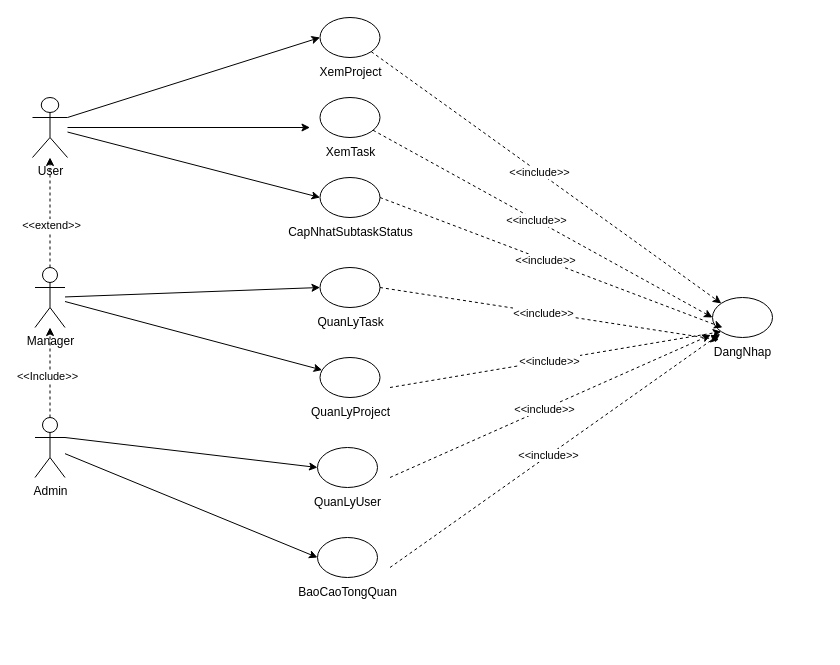
The draw.io diagram page "UC Tong Quat" (1 of 6) of Báo Cáo/UC/college.drawio in chickenlazy/college, before the edit. Source tidied: cells renumbered, new cells numbered last; positions are measured from the earlier drawing's top-left corner, leaving out a move shared by most shapes. Both pictures are drawn from the tidied source at 100%, with x=0, y=0 at pixel (32, 17).
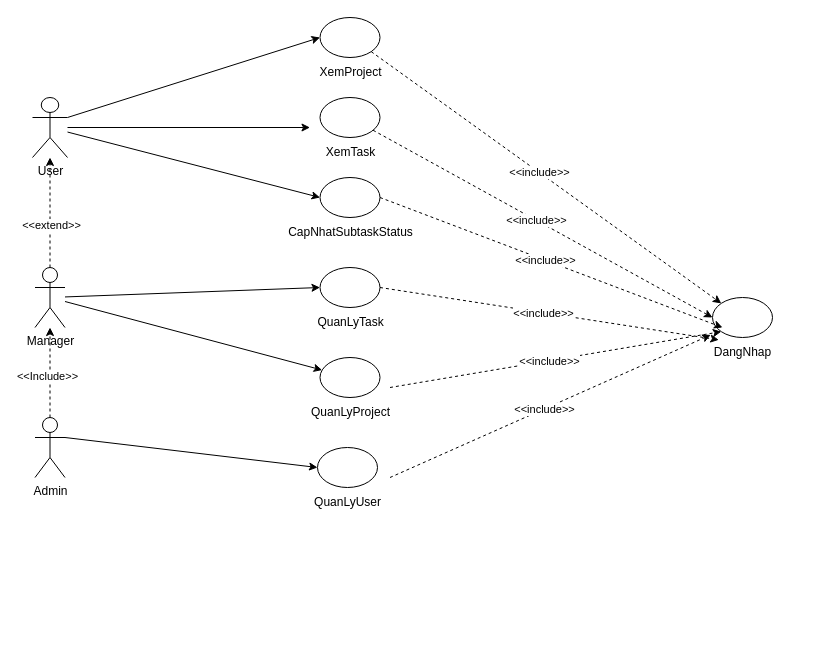
The same diagram, later.

Unchanged cells that the change refers to:
```xml
<mxCell id="4" value="DangNhap" style="text;html=1;align=center;verticalAlign=middle;points=[];strokeColor=none;fillColor=none;" parent="2" vertex="1">
  <mxGeometry x="40" y="40" width="80" height="30" as="geometry" />
</mxCell>
<mxCell id="7" value="Admin&lt;div&gt;&lt;br&gt;&lt;/div&gt;" style="shape=umlActor;verticalLabelPosition=bottom;verticalAlign=top;html=1;outlineConnect=0;" parent="1" vertex="1">
  <mxGeometry x="2.5" y="400" width="30" height="60" as="geometry" />
</mxCell>
```

The edit, as a diff of the source:
```diff
@@
-    <mxCell id="21" style="group;" parent="1" vertex="1">
-      <mxGeometry x="235" y="520" width="160" height="110" as="geometry" />
-    </mxCell>
-    <mxCell id="22" style="ellipse;whiteSpace=wrap;html=1;" parent="21" vertex="1">
-      <mxGeometry x="50" width="60" height="40" as="geometry" />
-    </mxCell>
-    <mxCell id="23" value="BaoCaoTongQuan" style="text;html=1;align=center;verticalAlign=middle;strokeColor=none;fillColor=none;" parent="21" vertex="1">
-      <mxGeometry x="20" y="40" width="120" height="30" as="geometry" />
-    </mxCell>
@@
-    <mxCell id="35" style="endArrow=classic;html=1;rounded=0;entryX=0;entryY=0.5;entryDx=0;entryDy=0;" parent="1" edge="1" source="7" target="22">
-      <mxGeometry relative="1" as="geometry" />
-    </mxCell>
@@
-    <mxCell id="44" style="endArrow=classic;html=1;rounded=0;dashed=1;entryX=0.221;entryY=-0.118;entryDx=0;entryDy=0;entryPerimeter=0;" parent="1" edge="1" target="4">
-      <mxGeometry relative="1" as="geometry">
-        <mxPoint x="357.5" y="550" as="sourcePoint" />
-      </mxGeometry>
-    </mxCell>
-    <mxCell id="45" value="&amp;lt;&amp;lt;include&amp;gt;&amp;gt;" style="edgeLabel;html=1;align=center;verticalAlign=middle;" parent="44" vertex="1">
-      <mxGeometry x="-0.04" relative="1" as="geometry" />
-    </mxCell>
```
